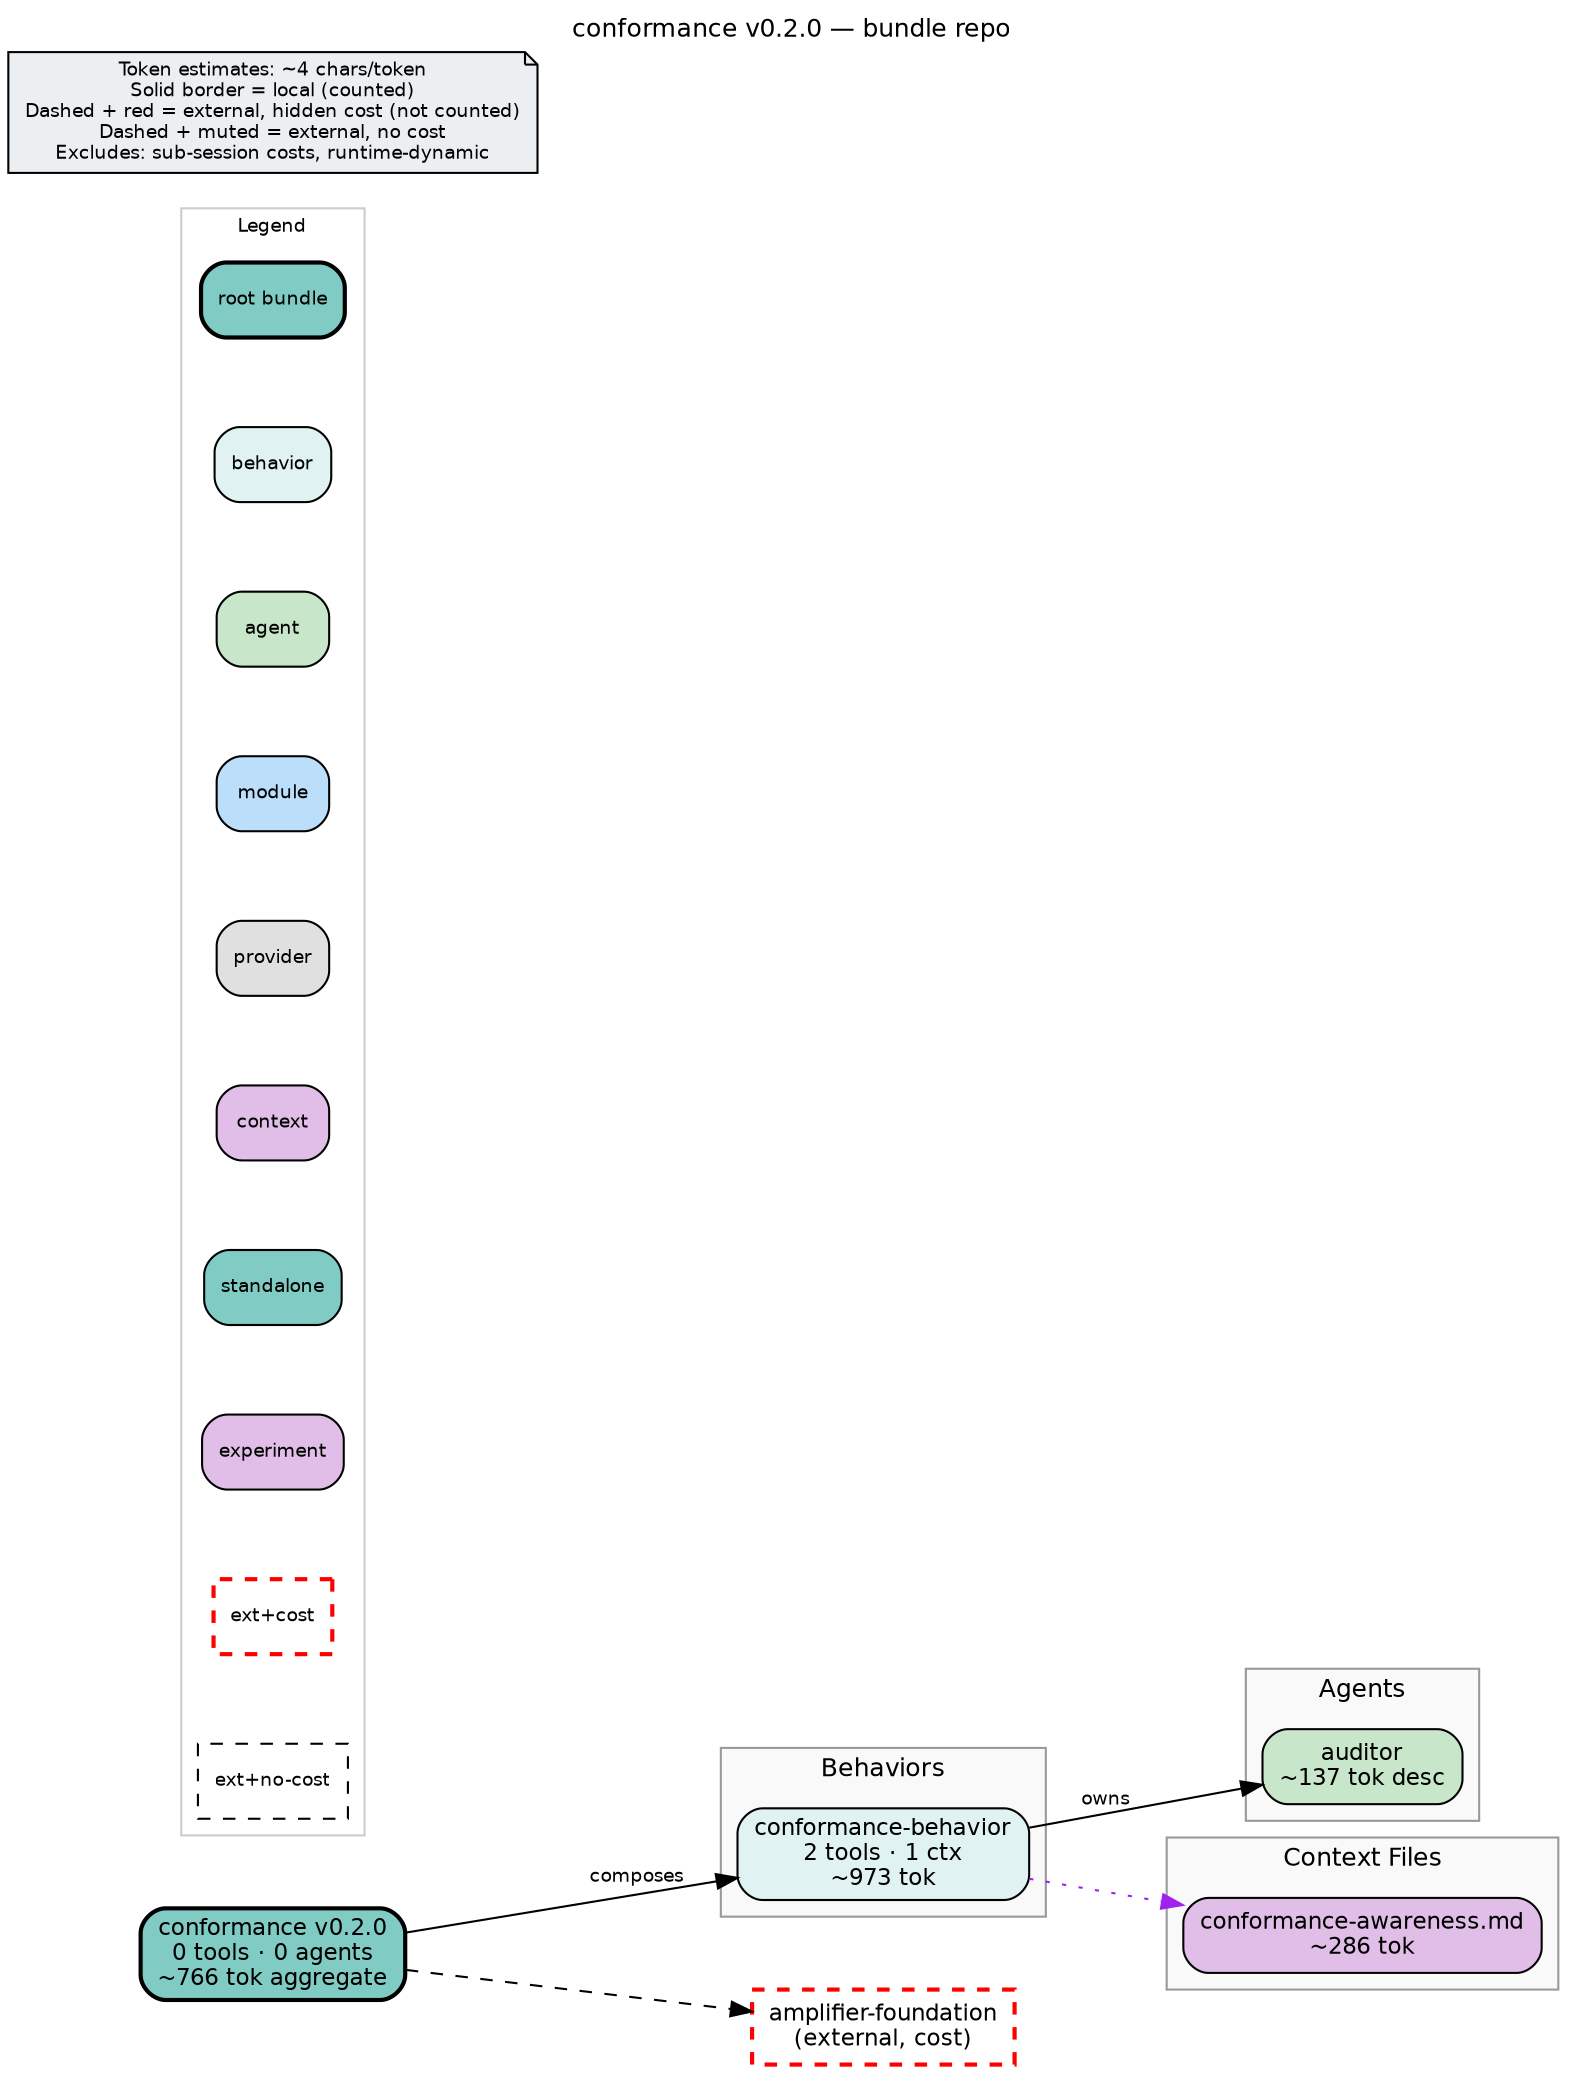
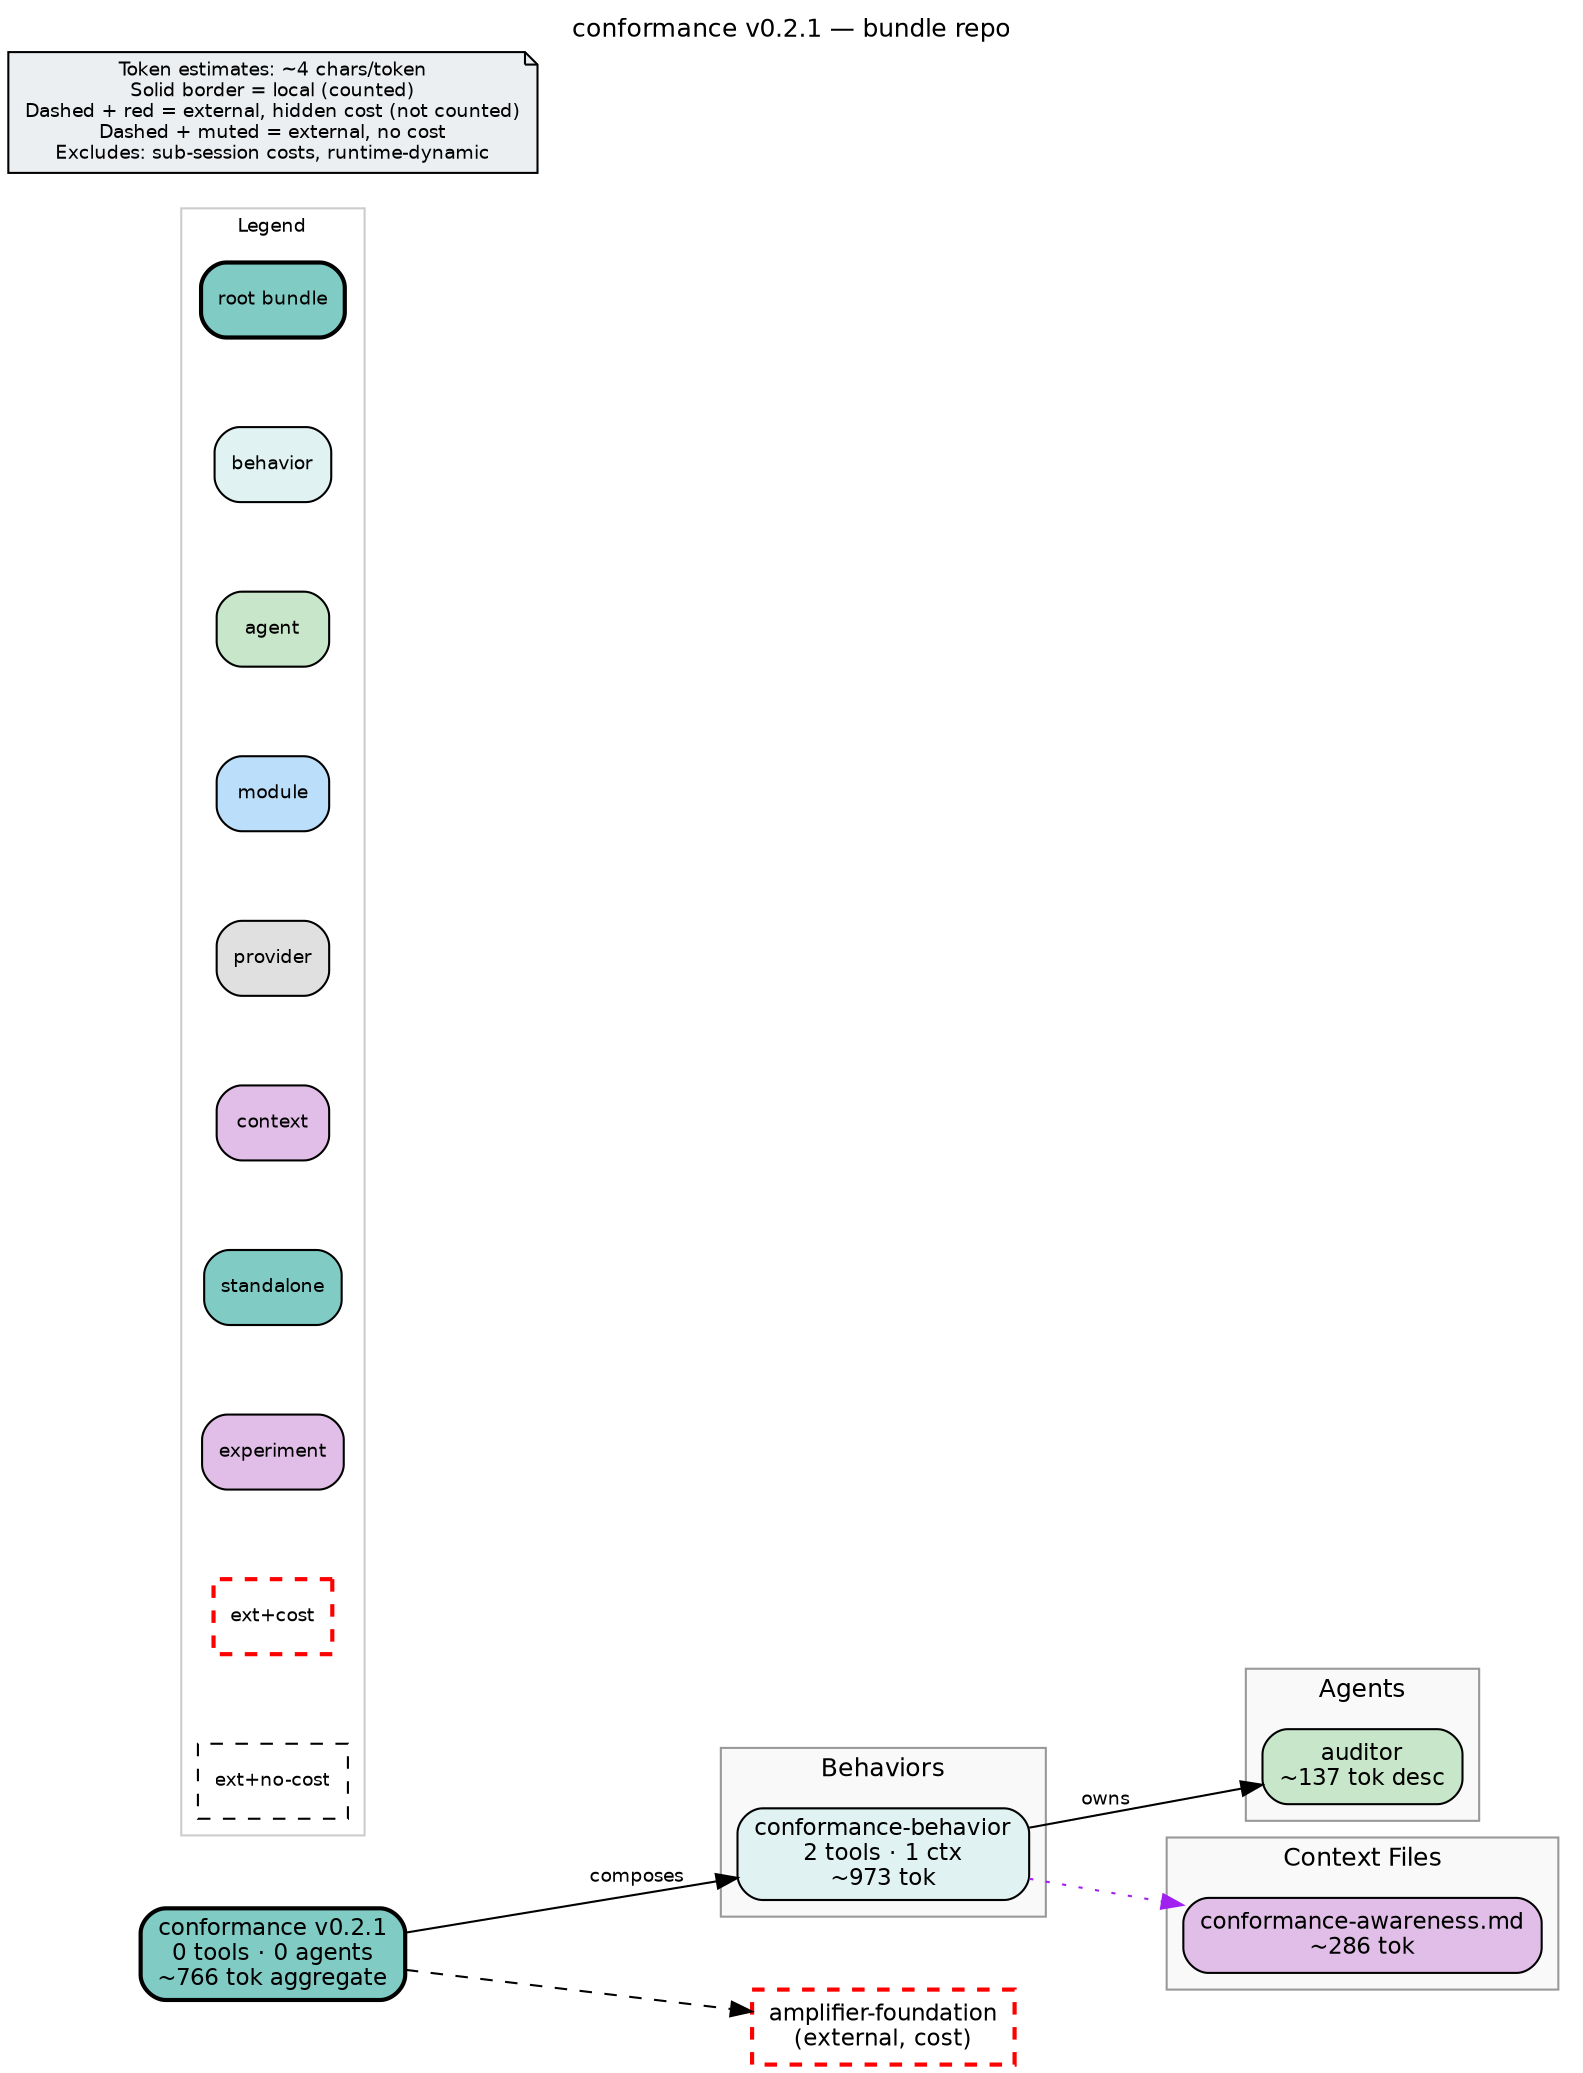
digraph conformance {
    rankdir=LR
    fontname="Helvetica"
    fontsize=12
-     label="conformance v0.2.0 — bundle repo"
+     label="conformance v0.2.1 — bundle repo"
    labelloc=t
    labeljust=c
    nodesep=0.6
    ranksep=0.7
    bgcolor="white"
-     source_hash="894d55164e123ddc59e49bcc88c474ae6d5c4822ad04084eeaab1399905e5b2b"
+     source_hash="1d44daa34087ca47ac4092dfbcc372daa0d45fa4380cbd5e9e04912bd88f0a01"

    node [fontname="Helvetica", fontsize=11, style="filled,rounded"]
    edge [fontname="Helvetica", fontsize=9]

-     root_conformance [label="conformance v0.2.0\n0 tools · 0 agents\n~766 tok aggregate", shape=box, fillcolor="#80cbc4", style="filled,rounded,bold", penwidth=2]
+     root_conformance [label="conformance v0.2.1\n0 tools · 0 agents\n~766 tok aggregate", shape=box, fillcolor="#80cbc4", style="filled,rounded,bold", penwidth=2]

    subgraph cluster_behaviors {
        label="Behaviors"
        style="filled"
        fillcolor="#f9f9f9"
        color="#999999"

        beh_conformance_behavior [label="conformance-behavior\n2 tools · 1 ctx\n~973 tok", shape=box, fillcolor="#e0f2f1", style="filled,rounded"]
    }

    subgraph cluster_agents {
        label="Agents"
        style="filled"
        fillcolor="#f9f9f9"
        color="#999999"

        agt_auditor [label="auditor\n~137 tok desc", shape=box, fillcolor="#c8e6c9", style="filled,rounded"]
    }

    subgraph cluster_context {
        label="Context Files"
        style="filled"
        fillcolor="#f9f9f9"
        color="#999999"

        ctx_conformance_awareness_md [label="conformance-awareness.md\n~286 tok", shape=box, fillcolor="#e1bee7", style="filled,rounded"]
    }

    subgraph cluster_legend {
        label="Legend"
        style="filled"
        fillcolor="white"
        color="#cccccc"
        fontsize=9

        leg_root [label="root bundle", shape=box, fillcolor="#80cbc4", style="filled,rounded,bold", fontsize=9]
        leg_behavior [label="behavior", shape=box, fillcolor="#e0f2f1", style="filled,rounded", fontsize=9]
        leg_agent [label="agent", shape=box, fillcolor="#c8e6c9", style="filled,rounded", fontsize=9]
        leg_module [label="module", shape=box, fillcolor="#bbdefb", style="filled,rounded", fontsize=9]
        leg_provider [label="provider", shape=box, fillcolor="#e0e0e0", style="filled,rounded", fontsize=9]
        leg_context [label="context", shape=box, fillcolor="#e1bee7", style="filled,rounded", fontsize=9]
        leg_standalone [label="standalone", shape=box, fillcolor="#80cbc4", style="filled,rounded", fontsize=9]
        leg_experiment [label="experiment", shape=box, fillcolor="#e1bee7", style="filled,rounded", fontsize=9]
        leg_ext_cost [label="ext+cost", shape=box, fillcolor="#80cbc4", style="dashed", color="red", penwidth=2, fontsize=9]
        leg_ext_muted [label="ext+no-cost", shape=box, fillcolor="#f5f5f5", style="dashed", fontsize=9]
    }

    disclaimer [label="Token estimates: ~4 chars/token\nSolid border = local (counted)\nDashed + red = external, hidden cost (not counted)\nDashed + muted = external, no cost\nExcludes: sub-session costs, runtime-dynamic", shape=note, fillcolor="#eceff1", style="filled", fontsize=9]

    ext_githttps___github_com_microsoft_amplifier_foundation_main [label="amplifier-foundation\n(external, cost)", shape=box, fillcolor="#80cbc4", style="dashed", color="red", penwidth=2]

    root_conformance -> ext_githttps___github_com_microsoft_amplifier_foundation_main [style=dashed]
    root_conformance -> beh_conformance_behavior [label="composes"]
    beh_conformance_behavior -> agt_auditor [label="owns"]
    beh_conformance_behavior -> ctx_conformance_awareness_md [style=dotted, color=purple]
}